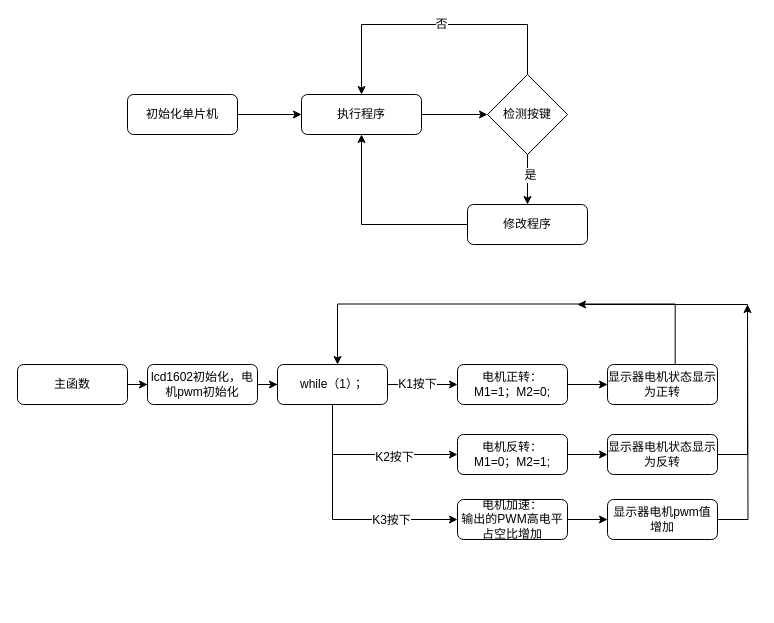
Above: 流程图/单片机课设.drawio in mlhua/hua (draw.io), before the change. Source tidied: cells renumbered, new cells numbered last; positions are measured from the earlier drawing's top-left corner, leaving out a move shared by most shapes. Both pictures are drawn from the tidied source at 100%, with x=0, y=0 at pixel (17, 24).
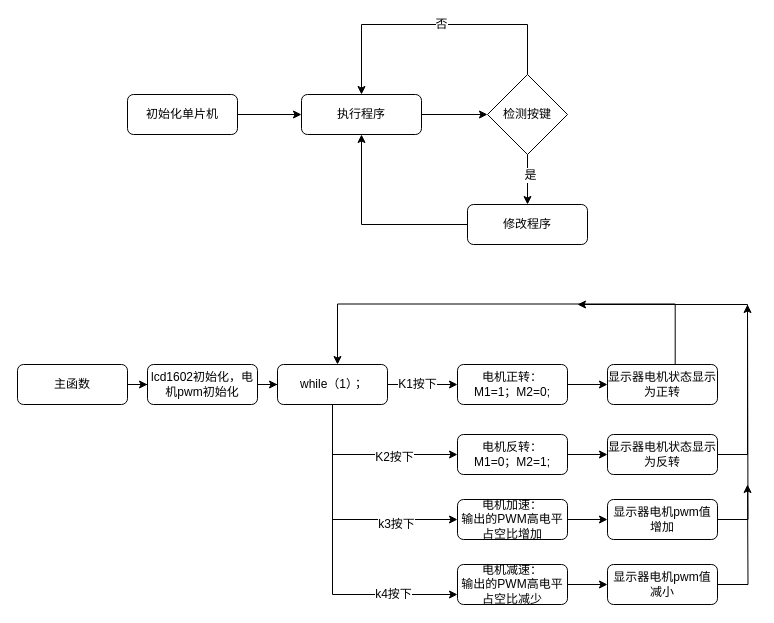
The same page after the edit.

Commit message (it also covers changes not shown here):
更新单片机课设.drawio

Unchanged cells that the change refers to:
```xml
<mxCell id="21" style="edgeStyle=orthogonalEdgeStyle;rounded=0;jettySize=auto;html=1;entryX=0;entryY=0.5;entryDx=0;entryDy=0;fontFamily=Helvetica;fontSize=12;fontColor=default;" parent="1" edge="1" source="23" target="33">
  <mxGeometry relative="1" as="geometry">
    <Array as="points">
      <mxPoint x="315" y="495" />
    </Array>
  </mxGeometry>
</mxCell>
<mxCell id="23" value="while（1）；" style="rounded=1;whiteSpace=wrap;html=1;fontSize=12;glass=0;strokeWidth=1;shadow=0;" parent="1" vertex="1">
  <mxGeometry x="260" y="340" width="110" height="40" as="geometry" />
</mxCell>
```

Diff of the diagram source:
```diff
@@
-    <mxCell id="22" value="K3按下" style="edgeLabel;html=1;align=center;verticalAlign=middle;fontSize=12;fontFamily=Helvetica;fontColor=default;" parent="21" vertex="1">
-      <mxGeometry x="0.44" y="-2" relative="1" as="geometry">
-        <mxPoint y="-2" as="offset" />
-      </mxGeometry>
-    </mxCell>
+    <mxCell id="36" value="k3按下" style="edgeLabel;html=1;align=center;verticalAlign=middle;fontSize=12;fontFamily=Helvetica;fontColor=default;" parent="21" vertex="1">
+      <mxGeometry x="0.48" y="-4" relative="1" as="geometry" />
+    </mxCell>
+    <mxCell id="37" style="edgeStyle=orthogonalEdgeStyle;rounded=0;jettySize=auto;html=1;entryX=0;entryY=0.75;entryDx=0;entryDy=0;fontFamily=Helvetica;fontSize=12;fontColor=default;" parent="1" edge="1" source="23" target="40">
+      <mxGeometry relative="1" as="geometry">
+        <Array as="points">
+          <mxPoint x="315" y="570" />
+        </Array>
+      </mxGeometry>
+    </mxCell>
+    <mxCell id="38" value="k4按下" style="edgeLabel;html=1;align=center;verticalAlign=middle;fontSize=12;fontFamily=Helvetica;fontColor=default;" parent="37" vertex="1">
+      <mxGeometry x="0.59" y="1" relative="1" as="geometry" />
+    </mxCell>
@@
+    <mxCell id="39" style="edgeStyle=orthogonalEdgeStyle;rounded=0;jettySize=auto;html=1;fontFamily=Helvetica;fontSize=12;fontColor=default;" parent="1" edge="1" source="40" target="42">
+      <mxGeometry relative="1" as="geometry" />
+    </mxCell>
+    <mxCell id="40" value="电机减速：&lt;br&gt;输出的PWM高电平占空比减少" style="rounded=1;whiteSpace=wrap;html=1;fontSize=12;glass=0;strokeWidth=1;shadow=0;" parent="1" vertex="1">
+      <mxGeometry x="440" y="540" width="110" height="40" as="geometry" />
+    </mxCell>
+    <mxCell id="41" style="edgeStyle=orthogonalEdgeStyle;rounded=0;jettySize=auto;html=1;fontFamily=Helvetica;fontSize=12;fontColor=default;" parent="1" edge="1" source="42">
+      <mxGeometry relative="1" as="geometry">
+        <mxPoint x="730" y="460" as="targetPoint" />
+      </mxGeometry>
+    </mxCell>
+    <mxCell id="42" value="显示器电机pwm值减小" style="rounded=1;whiteSpace=wrap;html=1;fontSize=12;glass=0;strokeWidth=1;shadow=0;" parent="1" vertex="1">
+      <mxGeometry x="590" y="540" width="110" height="40" as="geometry" />
+    </mxCell>
```
